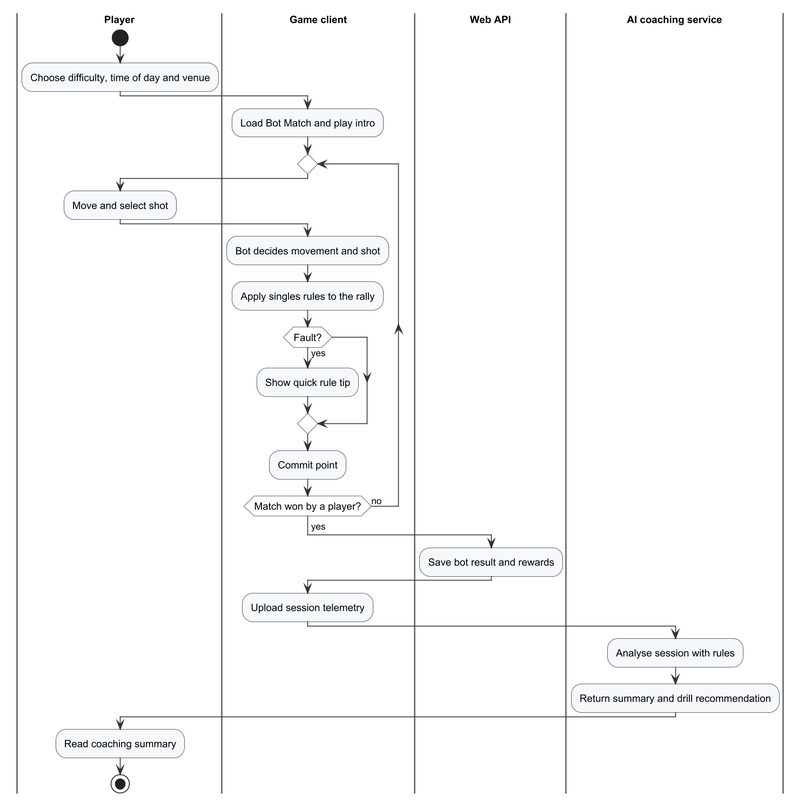
Earlier version of the PlantUML export Doc/Project_report/Report/diagrams/png/r4_act_w02.png (Tad-Min/PickleVerse).
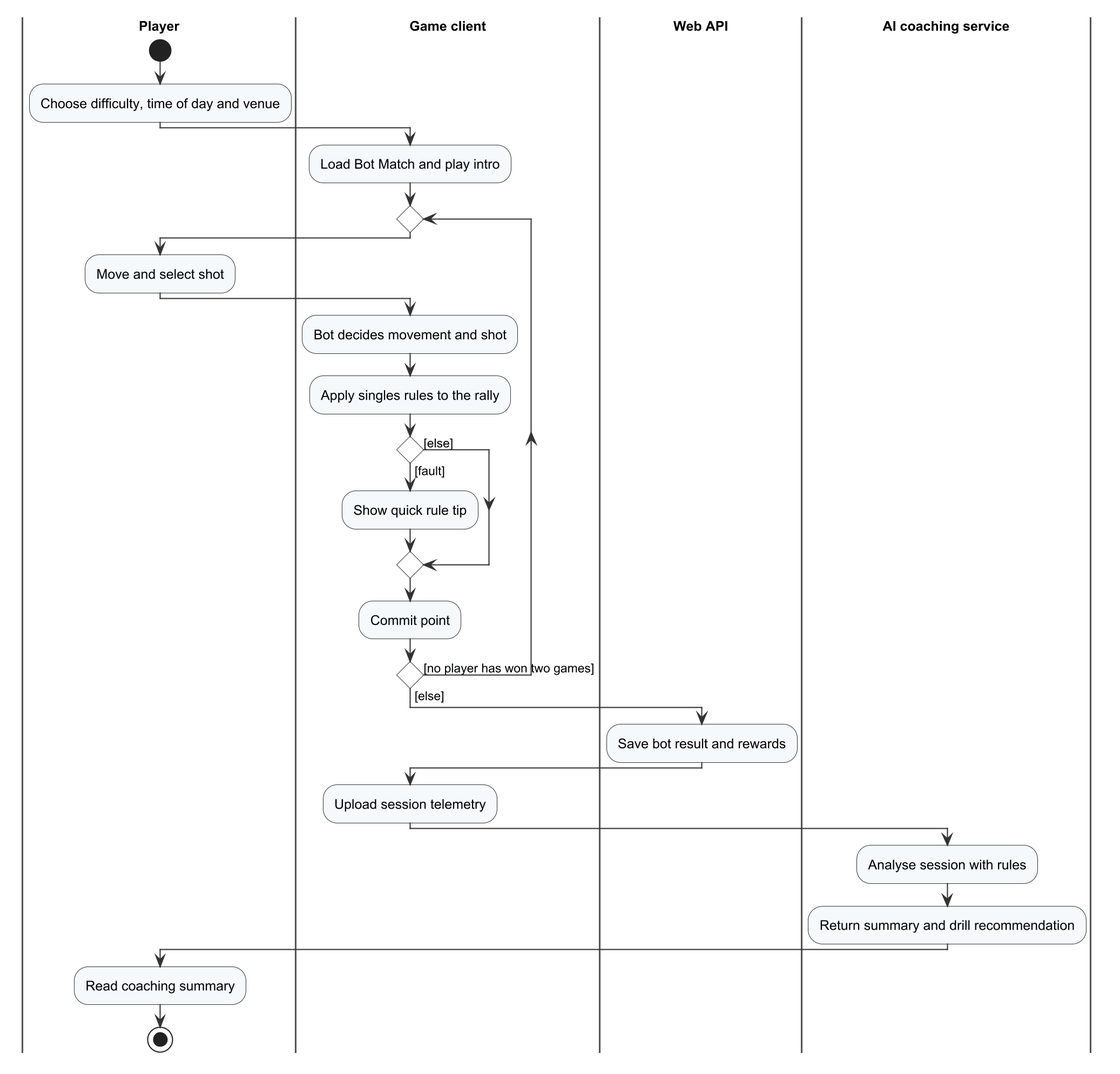
Above is the later version.

The edit, as a diff of the source:
```diff
@@ -11,12 +11,12 @@
   |Game client|
   :Bot decides movement and shot;
   :Apply singles rules to the rally;
-  if (Fault?) then (yes)
+  if () then ([fault])
     :Show quick rule tip;
+  else ([else])
   endif
   :Commit point;
-repeat while (Match won by a player?) is (no)
-->yes;
+repeat while () is ([no player has won two games]) not ([else])
 |Web API|
 :Save bot result and rewards;
 |Game client|
```
